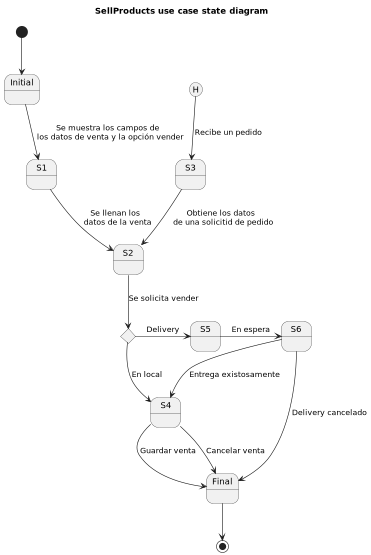
Before: Out/SellProducts.StateDiagram.png, a diagram exported from PlantUML (Kenny-Tinoco/galy-studio-web-system.doc). Its diagram source:
```plantuml
@startuml
skinparam BackgroundColor transparent
title SellProducts use case state diagram

state Initial
state Final
state S1
state S2
state S2.choice <<choice>>
state S3
state S4
state S5
state S6



[*] --> Initial
[H] --> S3 : Recibe un pedido

Initial --> S1 : Se muestra los campos de \n los datos de venta y la opción vender
S1 --> S2 : Se llenan los \n datos de la venta
S3 --> S2 : Obtiene los datos \n de una solicitid de pedido
S2 --> S2.choice : Se solicita vender
S2.choice -down-> S4 : En local
S2.choice -right-> S5 : Delivery
S5 -right-> S6 : En espera
S6 --> S4 : Entrega existosamente

S4 --> Final : Guardar venta
S4 --> Final : Cancelar venta
S6 --> Final : Delivery cancelado
Final --> [*]

@enduml
```
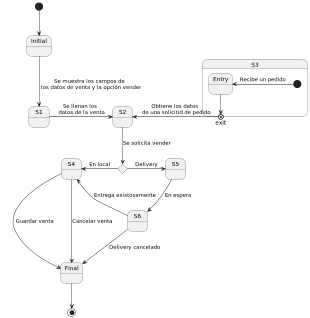
Above is the later version.

The edit, as a diff of the source:
```diff
@@ -1,30 +1,33 @@
 @startuml
 skinparam BackgroundColor transparent
-title SellProducts use case state diagram
 
 state Initial
 state Final
 state S1
 state S2
 state S2.choice <<choice>>
-state S3
 state S4
 state S5
 state S6
 
+state S3 {
+    state exit <<exitPoint>>
+    [*] -left> Entry : Recibe un pedido
+    Entry -> exit
+}
 
 
 [*] --> Initial
-[H] --> S3 : Recibe un pedido
+
 
 Initial --> S1 : Se muestra los campos de \n los datos de venta y la opción vender
-S1 --> S2 : Se llenan los \n datos de la venta
-S3 --> S2 : Obtiene los datos \n de una solicitid de pedido
-S2 --> S2.choice : Se solicita vender
-S2.choice -down-> S4 : En local
-S2.choice -right-> S5 : Delivery
-S5 -right-> S6 : En espera
-S6 --> S4 : Entrega existosamente
+S1 -right-> S2 : Se llenan los \n datos de la venta
+exit -right-> S2 : Obtiene los datos \n de una solicitid de pedido
+S2 -down-> S2.choice : Se solicita vender
+S2.choice -left> S4 : En local
+S2.choice -> S5 : Delivery
+S5 --> S6 : En espera
+S6 -left-> S4 : Entrega existosamente
 
 S4 --> Final : Guardar venta
 S4 --> Final : Cancelar venta
```
